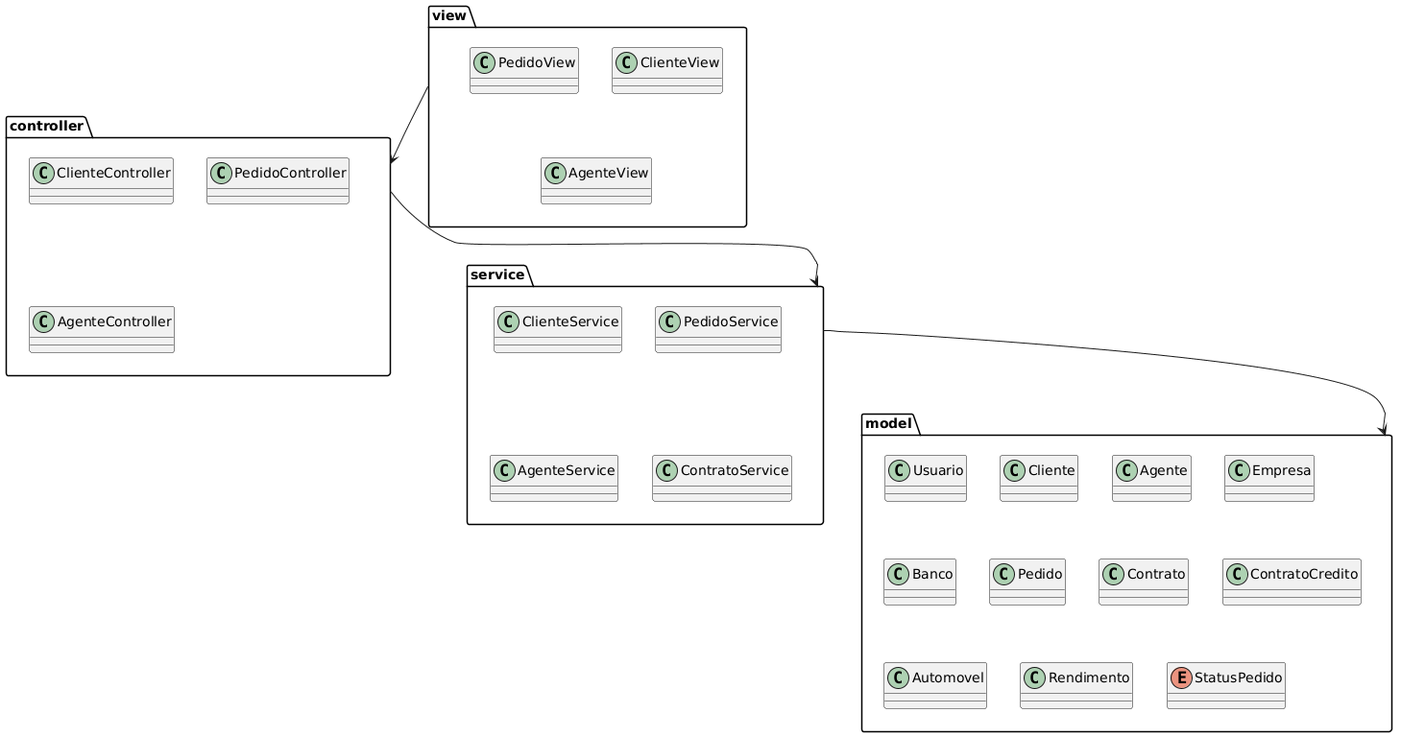
Before: docs/Diagrama de pacotes.png, a diagram exported from PlantUML (rafaelnunesneumann/aluguel-carros).
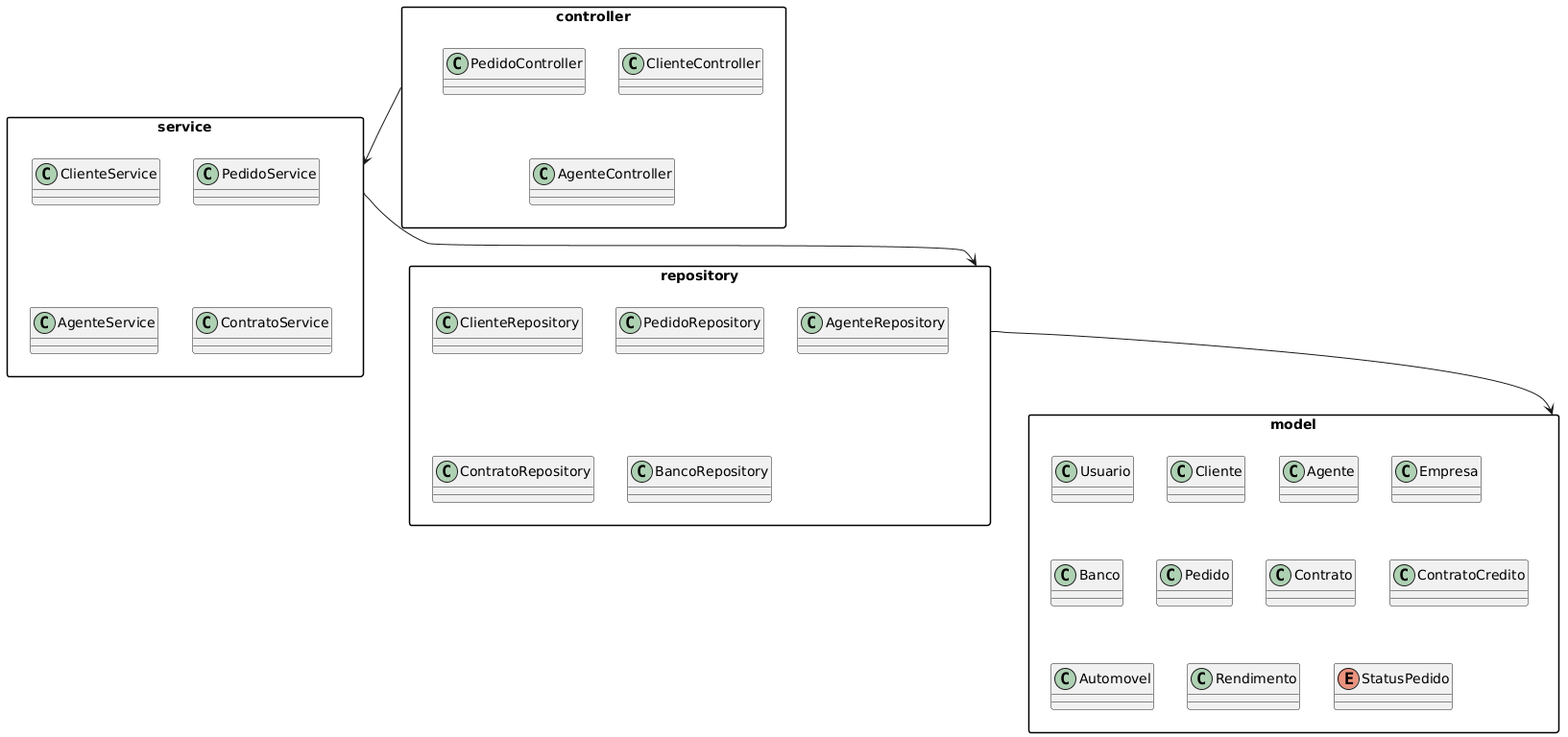
After the commit.

Diff of the diagram source:
```diff
@@ -1,38 +1,43 @@
 @startuml
-package "view" {
-  class ClienteView
-  class PedidoView
-  class AgenteView
+skinparam packageStyle rectangle
+
+package controller {
+    class ClienteController
+    class PedidoController
+    class AgenteController
 }
 
-package "controller" {
-  class ClienteController
-  class PedidoController
-  class AgenteController
+package service {
+    class ClienteService
+    class PedidoService
+    class AgenteService
+    class ContratoService
 }
 
-package "service" {
-  class ClienteService
-  class PedidoService
-  class AgenteService
-  class ContratoService
+package repository {
+    class ClienteRepository
+    class PedidoRepository
+    class AgenteRepository
+    class ContratoRepository
+    class BancoRepository
 }
 
-package "model" {
-  class Usuario
-  class Cliente
-  class Agente
-  class Empresa
-  class Banco
-  class Pedido
-  class Contrato
-  class ContratoCredito
-  class Automovel
-  class Rendimento
-  enum StatusPedido
+package model {
+    class Usuario
+    class Cliente
+    class Agente
+    class Empresa
+    class Banco
+    class Pedido
+    class Contrato
+    class ContratoCredito
+    class Automovel
+    class Rendimento
+    enum StatusPedido
 }
 
-view --> controller
+
 controller --> service
-service --> model
+service --> repository
+repository --> model
 @enduml
```
